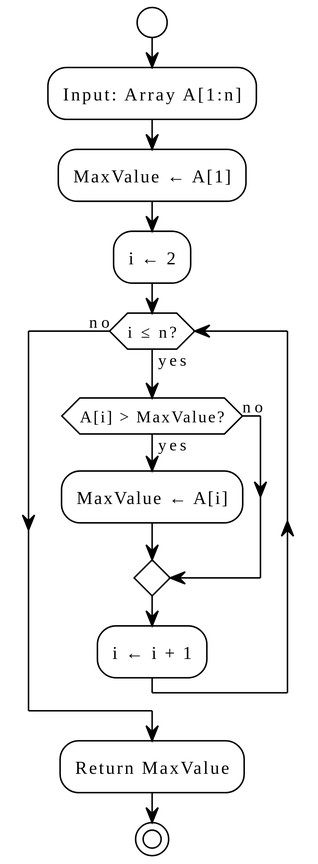
Before: find_max_flowchart.svg, a diagram exported from PlantUML (melvincabatuan/PlantUML_Diagrams).
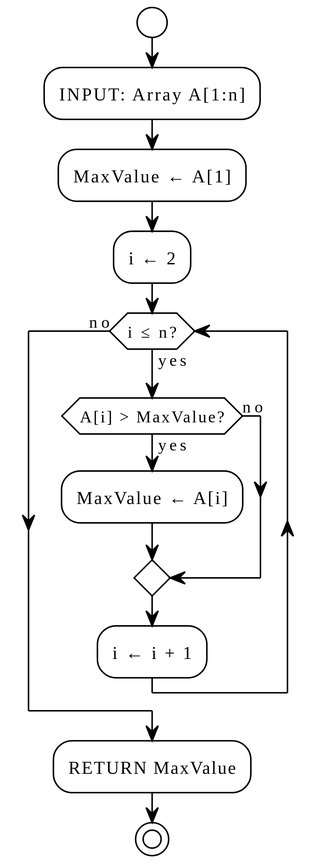
Above is the later version.

The edit, as a diff of the source:
```diff
@@ -3,7 +3,7 @@
 skinparam dpi 300
 start
 
-:Input: Array A[1:n];
+:INPUT: Array A[1:n];
 
 :MaxValue ← A[1];
 :i ← 2;
@@ -16,7 +16,7 @@
   :i ← i + 1;
 endwhile (no)
 
-:Return MaxValue;
+:RETURN MaxValue;
 
 stop
 @enduml
```
